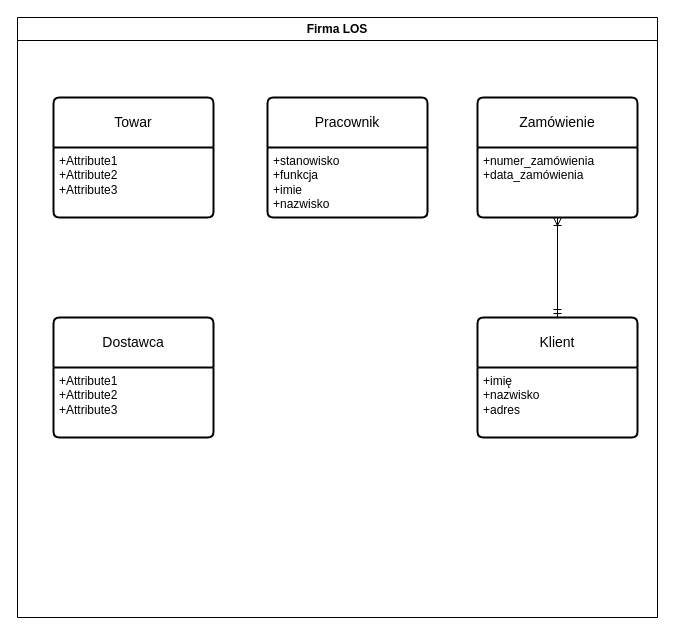
Above: zadanie3.drawio in tidas022/pl13ti3c (draw.io), before the change. Source tidied: cells renumbered, new cells numbered last; positions are measured from the earlier drawing's top-left corner, leaving out a move shared by most shapes. Both pictures are drawn from the tidied source at 100%, with x=0, y=0 at pixel (17, 17).
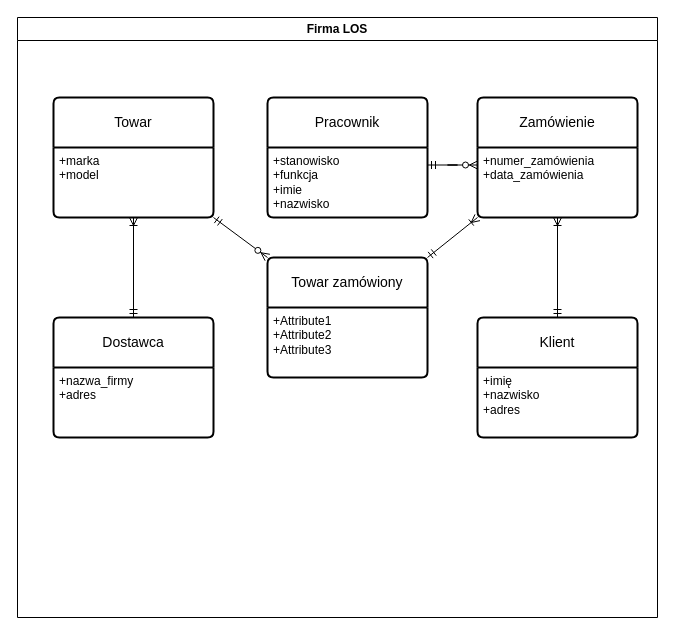
The same diagram, later.

The edit, as a diff of the source:
```diff
@@
 <mxGraphModel>
   <root>
     <mxCell id="0" />
     <mxCell id="1" parent="0" />
     <mxCell id="2" value="Firma LOS" style="swimlane;whiteSpace=wrap;html=1;" parent="1" vertex="1">
       <mxGeometry width="640" height="600" as="geometry" />
     </mxCell>
     <mxCell id="3" value="Towar" style="swimlane;horizontal=1;startSize=50;rounded=1;fontSize=14;fontStyle=0;strokeWidth=2;shadow=0;dashed=0;align=center;arcSize=4;whiteSpace=wrap;html=1;" parent="2" vertex="1">
       <mxGeometry x="36" y="80" width="160" height="120" as="geometry" />
     </mxCell>
-    <mxCell id="4" value="+Attribute1&#10;+Attribute2&#10;+Attribute3" style="align=left;strokeColor=none;fillColor=none;spacingLeft=4;fontSize=12;verticalAlign=top;html=1;" parent="3" vertex="1">
+    <mxCell id="4" value="+marka&lt;div&gt;+model&lt;/div&gt;" style="align=left;strokeColor=none;fillColor=none;spacingLeft=4;fontSize=12;verticalAlign=top;html=1;" parent="3" vertex="1">
       <mxGeometry y="50" width="160" height="70" as="geometry" />
     </mxCell>
     <mxCell id="5" value="Klient" style="swimlane;horizontal=1;startSize=50;rounded=1;fontSize=14;fontStyle=0;strokeWidth=2;shadow=0;dashed=0;align=center;arcSize=4;whiteSpace=wrap;html=1;" parent="2" vertex="1">
       <mxGeometry x="460" y="300" width="160" height="120" as="geometry" />
     </mxCell>
     <mxCell id="6" value="+imię&lt;div&gt;+nazwisko&lt;/div&gt;&lt;div&gt;+adres&lt;/div&gt;" style="align=left;strokeColor=none;fillColor=none;spacingLeft=4;fontSize=12;verticalAlign=top;html=1;" parent="5" vertex="1">
       <mxGeometry y="50" width="160" height="70" as="geometry" />
     </mxCell>
     <mxCell id="7" value="Zamówienie" style="swimlane;horizontal=1;startSize=50;rounded=1;fontSize=14;fontStyle=0;strokeWidth=2;shadow=0;dashed=0;align=center;arcSize=4;whiteSpace=wrap;html=1;" parent="2" vertex="1">
       <mxGeometry x="460" y="80" width="160" height="120" as="geometry" />
     </mxCell>
     <mxCell id="8" value="+numer_zamówienia&lt;div&gt;+data_zamówienia&lt;/div&gt;" style="align=left;strokeColor=none;fillColor=none;spacingLeft=4;fontSize=12;verticalAlign=top;html=1;" parent="7" vertex="1">
       <mxGeometry y="50" width="160" height="70" as="geometry" />
     </mxCell>
     <mxCell id="9" value="Pracownik" style="swimlane;horizontal=1;startSize=50;rounded=1;fontSize=14;fontStyle=0;strokeWidth=2;shadow=0;dashed=0;align=center;arcSize=4;whiteSpace=wrap;html=1;" parent="2" vertex="1">
       <mxGeometry x="250" y="80" width="160" height="120" as="geometry" />
     </mxCell>
     <mxCell id="10" value="+stanowisko&lt;div&gt;+funkcja&lt;/div&gt;&lt;div&gt;+imie&lt;/div&gt;&lt;div&gt;+nazwisko&lt;/div&gt;" style="align=left;strokeColor=none;fillColor=none;spacingLeft=4;fontSize=12;verticalAlign=top;html=1;" parent="9" vertex="1">
       <mxGeometry y="50" width="160" height="70" as="geometry" />
     </mxCell>
     <mxCell id="11" value="Dostawca" style="swimlane;horizontal=1;startSize=50;rounded=1;fontSize=14;fontStyle=0;strokeWidth=2;shadow=0;dashed=0;align=center;arcSize=4;whiteSpace=wrap;html=1;" parent="2" vertex="1">
       <mxGeometry x="36" y="300" width="160" height="120" as="geometry" />
     </mxCell>
-    <mxCell id="12" value="+Attribute1&#10;+Attribute2&#10;+Attribute3" style="align=left;strokeColor=none;fillColor=none;spacingLeft=4;fontSize=12;verticalAlign=top;html=1;" parent="11" vertex="1">
+    <mxCell id="12" value="+nazwa_firmy&lt;div&gt;+adres&lt;/div&gt;" style="align=left;strokeColor=none;fillColor=none;spacingLeft=4;fontSize=12;verticalAlign=top;html=1;" parent="11" vertex="1">
       <mxGeometry y="50" width="160" height="70" as="geometry" />
     </mxCell>
     <mxCell id="13" style="fontSize=12;html=1;endArrow=ERoneToMany;startArrow=ERmandOne;rounded=0;exitX=0.5;exitY=0;exitDx=0;exitDy=0;entryX=0.5;entryY=1;entryDx=0;entryDy=0;" parent="2" edge="1" source="5" target="8">
       <mxGeometry relative="1" as="geometry" />
     </mxCell>
+    <mxCell id="14" style="edgeStyle=entityRelationEdgeStyle;fontSize=12;html=1;endArrow=ERzeroToMany;startArrow=ERmandOne;rounded=0;entryX=0;entryY=0.25;entryDx=0;entryDy=0;exitX=1;exitY=0.25;exitDx=0;exitDy=0;" parent="2" edge="1" source="10" target="8">
+      <mxGeometry relative="1" as="geometry" />
+    </mxCell>
+    <mxCell id="15" style="fontSize=12;html=1;endArrow=ERoneToMany;startArrow=ERmandOne;rounded=0;exitX=0.5;exitY=0;exitDx=0;exitDy=0;entryX=0.5;entryY=1;entryDx=0;entryDy=0;" parent="2" edge="1" source="11" target="4">
+      <mxGeometry relative="1" as="geometry" />
+    </mxCell>
+    <mxCell id="16" value="Towar zamówiony" style="swimlane;horizontal=1;startSize=50;rounded=1;fontSize=14;fontStyle=0;strokeWidth=2;shadow=0;dashed=0;align=center;arcSize=4;whiteSpace=wrap;html=1;" parent="2" vertex="1">
+      <mxGeometry x="250" y="240" width="160" height="120" as="geometry" />
+    </mxCell>
+    <mxCell id="17" value="+Attribute1&#10;+Attribute2&#10;+Attribute3" style="align=left;strokeColor=none;fillColor=none;spacingLeft=4;fontSize=12;verticalAlign=top;html=1;" parent="16" vertex="1">
+      <mxGeometry y="50" width="160" height="70" as="geometry" />
+    </mxCell>
+    <mxCell id="18" style="fontSize=12;html=1;endArrow=ERzeroToMany;startArrow=ERmandOne;rounded=0;exitX=1;exitY=1;exitDx=0;exitDy=0;entryX=0;entryY=0;entryDx=0;entryDy=0;" parent="2" edge="1" source="4" target="16">
+      <mxGeometry relative="1" as="geometry" />
+    </mxCell>
+    <mxCell id="19" style="fontSize=12;html=1;endArrow=ERoneToMany;startArrow=ERmandOne;rounded=0;entryX=0;entryY=1;entryDx=0;entryDy=0;exitX=1;exitY=0;exitDx=0;exitDy=0;" parent="2" edge="1" source="16" target="8">
+      <mxGeometry relative="1" as="geometry" />
+    </mxCell>
   </root>
 </mxGraphModel>
```
